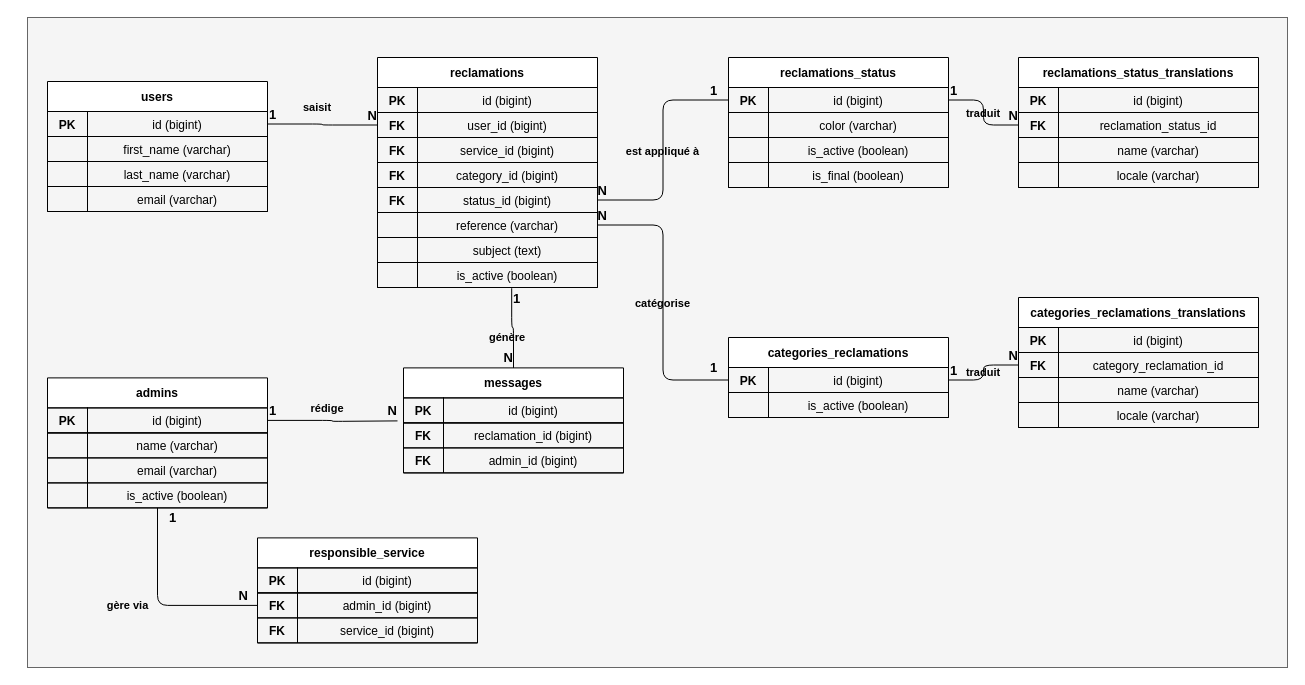
salmaelheni/pfe-salma-ingenieur-rapport keeps this draw.io diagram as diagramme/sprint4/classe.drawio. Above is the earlier version. Source tidied: cells renumbered, new cells numbered last; positions are measured from the earlier drawing's top-left corner, leaving out a move shared by most shapes. Both pictures are drawn from the tidied source at 100%, with x=0, y=0 at pixel (27, 17).
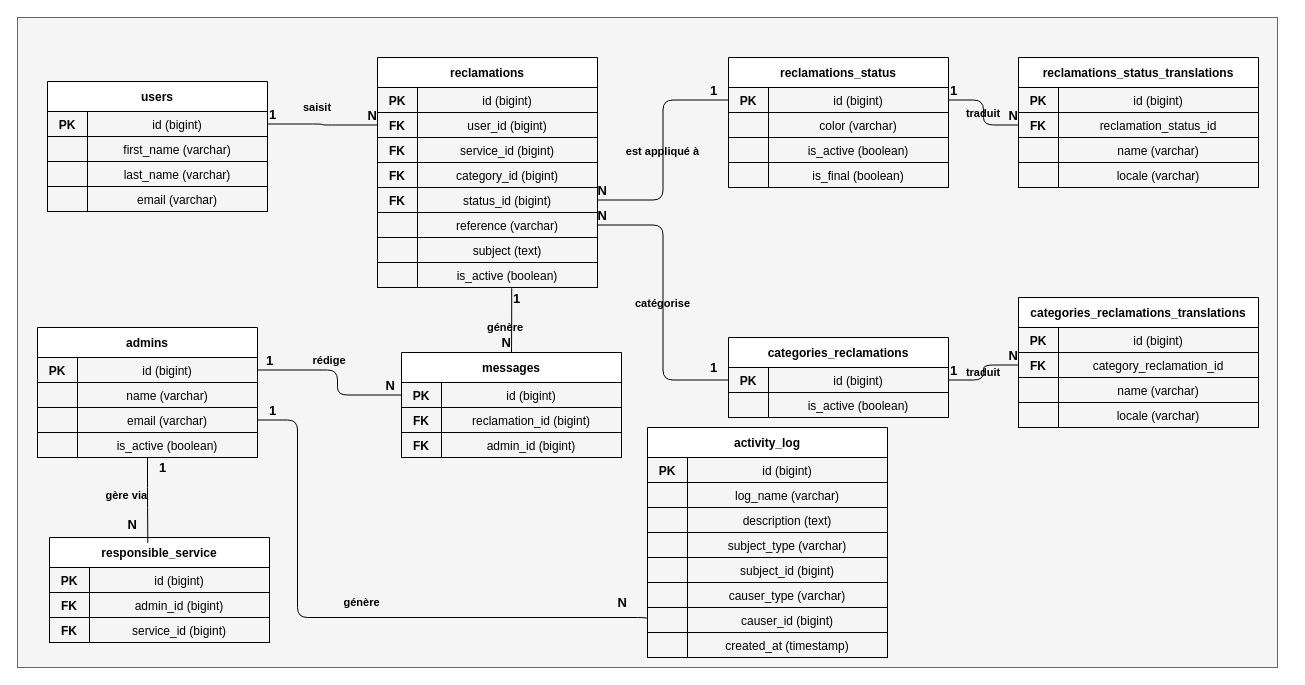
Above is the later version.

Unchanged cells that the change refers to:
```xml
<mxCell id="42" style="shape=tableRow;horizontal=0;startSize=0;swimlaneHead=0;swimlaneBody=0;fillColor=none;points=[[0,0.5],[1,0.5]];portConstraint=eastwest;top=0;left=0;right=0;bottom=1;labelBackgroundColor=none;" parent="41" vertex="1">
  <mxGeometry y="30" width="220" height="25" as="geometry" />
</mxCell>
<mxCell id="48" style="shape=tableRow;horizontal=0;startSize=0;swimlaneHead=0;swimlaneBody=0;fillColor=none;points=[[0,0.5],[1,0.5]];portConstraint=eastwest;top=0;left=0;right=0;bottom=0;labelBackgroundColor=none;" parent="41" vertex="1">
  <mxGeometry y="80" width="220" height="25" as="geometry" />
</mxCell>
<mxCell id="58" style="shape=tableRow;horizontal=0;startSize=0;swimlaneHead=0;swimlaneBody=0;fillColor=none;points=[[0,0.5],[1,0.5]];portConstraint=eastwest;top=0;left=0;right=0;bottom=0;labelBackgroundColor=none;" parent="54" vertex="1">
  <mxGeometry y="55" width="220" height="25" as="geometry" />
</mxCell>
<mxCell id="85" style="shape=tableRow;horizontal=0;startSize=0;swimlaneHead=0;swimlaneBody=0;fillColor=none;points=[[0,0.5],[1,0.5]];portConstraint=eastwest;top=0;left=0;right=0;bottom=1;labelBackgroundColor=none;" parent="84" vertex="1">
  <mxGeometry y="30" width="220" height="25" as="geometry" />
</mxCell>
```

Change to the diagram source:
```diff
@@
     <mxCell id="2" style="rounded=0;whiteSpace=wrap;html=1;fillColor=#f5f5f5;fontColor=#333333;strokeColor=#666666;" parent="1" vertex="1">
-      <mxGeometry width="1260" height="650" as="geometry" />
+      <mxGeometry x="-10" width="1260" height="650" as="geometry" />
     </mxCell>
@@
     <mxCell id="41" value="admins" style="shape=table;startSize=30;childLayout=tableLayout;rowLines=0;fontStyle=1;align=center;labelBackgroundColor=none;" parent="1" vertex="1">
-      <mxGeometry x="20" y="360.4" width="220" height="130" as="geometry" />
+      <mxGeometry x="10" y="310" width="220" height="130" as="geometry" />
     </mxCell>
@@
     <mxCell id="54" value="responsible_service" style="shape=table;startSize=30;childLayout=tableLayout;rowLines=0;fontStyle=1;align=center;labelBackgroundColor=none;" parent="1" vertex="1">
-      <mxGeometry x="230" y="520.4" width="220" height="105" as="geometry" />
+      <mxGeometry x="22" y="520" width="220" height="105" as="geometry" />
     </mxCell>
@@
     <mxCell id="84" value="messages" style="shape=table;startSize=30;childLayout=tableLayout;rowLines=0;fontStyle=1;align=center;labelBackgroundColor=none;" parent="1" vertex="1">
-      <mxGeometry x="376" y="350.4" width="220" height="105" as="geometry" />
+      <mxGeometry x="374" y="335" width="220" height="105" as="geometry" />
     </mxCell>
@@
-    <mxCell id="132" value="gère via" style="edgeStyle=orthogonalEdgeStyle;endArrow=none;startArrow=none;fontSize=11;fontStyle=1;exitX=0.5;exitY=1;exitDx=0;exitDy=0;labelBackgroundColor=none;fontColor=default;" parent="1" edge="1" source="41" target="58">
-      <mxGeometry x="-0.01" y="-30" relative="1" as="geometry">
-        <mxPoint x="-30" y="-30" as="offset" />
+    <mxCell id="132" value="gère via" style="edgeStyle=orthogonalEdgeStyle;endArrow=none;startArrow=none;fontSize=11;fontStyle=1;exitX=0.5;exitY=1;exitDx=0;exitDy=0;labelBackgroundColor=none;fontColor=default;entryX=0.447;entryY=0.051;entryDx=0;entryDy=0;entryPerimeter=0;" parent="1" edge="1" source="41" target="54">
+      <mxGeometry x="-0.07" y="-20" relative="1" as="geometry">
+        <mxPoint x="-1" y="-2" as="offset" />
       </mxGeometry>
     </mxCell>
@@
     <mxCell id="134" value="N" style="html=1;align=right;verticalAlign=bottom;labelBackgroundColor=none;fontSize=13;fontStyle=1;" parent="132" vertex="1">
       <mxGeometry x="1" relative="1" as="geometry">
-        <mxPoint x="-10" as="offset" />
+        <mxPoint x="-10" y="-9" as="offset" />
       </mxGeometry>
     </mxCell>
-    <mxCell id="135" value="rédige" style="edgeStyle=orthogonalEdgeStyle;endArrow=none;startArrow=none;fontSize=11;fontStyle=1;labelBackgroundColor=none;fontColor=default;" parent="1" edge="1" source="42">
-      <mxGeometry x="-0.08" y="12" relative="1" as="geometry">
-        <mxPoint x="370" y="403.4" as="targetPoint" />
+    <mxCell id="135" value="rédige" style="edgeStyle=orthogonalEdgeStyle;endArrow=none;startArrow=none;fontSize=11;fontStyle=1;labelBackgroundColor=none;fontColor=default;entryX=0;entryY=0.5;entryDx=0;entryDy=0;" parent="1" edge="1" source="42" target="85">
+      <mxGeometry x="-0.15" y="8" relative="1" as="geometry">
+        <Array as="points">
+          <mxPoint x="310" y="352" />
+          <mxPoint x="310" y="377" />
+        </Array>
+        <mxPoint y="-2" as="offset" />
       </mxGeometry>
     </mxCell>
     <mxCell id="136" value="1" style="html=1;align=left;verticalAlign=bottom;labelBackgroundColor=none;fontSize=13;fontStyle=1;" parent="135" vertex="1">
-      <mxGeometry x="-1" relative="1" as="geometry" />
+      <mxGeometry x="-1" relative="1" as="geometry">
+        <mxPoint x="7" as="offset" />
+      </mxGeometry>
     </mxCell>
     <mxCell id="137" value="N" style="html=1;align=right;verticalAlign=bottom;labelBackgroundColor=none;fontSize=13;fontStyle=1;" parent="135" vertex="1">
-      <mxGeometry x="1" relative="1" as="geometry" />
+      <mxGeometry x="1" relative="1" as="geometry">
+        <mxPoint x="-6" as="offset" />
+      </mxGeometry>
     </mxCell>
@@
+    <mxCell id="144" value="activity_log" style="shape=table;startSize=30;childLayout=tableLayout;rowLines=0;fontStyle=1;align=center;labelBackgroundColor=none;" parent="1" vertex="1">
+      <mxGeometry x="620" y="410" width="240" height="230" as="geometry" />
+    </mxCell>
+    <mxCell id="145" style="shape=tableRow;horizontal=0;startSize=0;swimlaneHead=0;swimlaneBody=0;fillColor=none;top=0;left=0;right=0;bottom=1;labelBackgroundColor=none;" parent="144" vertex="1">
+      <mxGeometry y="30" width="240" height="25" as="geometry" />
+    </mxCell>
+    <mxCell id="146" value="PK" style="shape=partialRectangle;fillColor=none;fontStyle=1;overflow=hidden;labelBackgroundColor=none;" parent="145" vertex="1">
+      <mxGeometry width="40" height="25" as="geometry" />
+    </mxCell>
+    <mxCell id="147" value="id (bigint)" style="shape=partialRectangle;fillColor=none;overflow=hidden;labelBackgroundColor=none;" parent="145" vertex="1">
+      <mxGeometry x="40" width="200" height="25" as="geometry" />
+    </mxCell>
+    <mxCell id="148" style="shape=tableRow;horizontal=0;startSize=0;swimlaneHead=0;swimlaneBody=0;fillColor=none;top=0;left=0;right=0;bottom=0;labelBackgroundColor=none;" parent="144" vertex="1">
+      <mxGeometry y="55" width="240" height="25" as="geometry" />
+    </mxCell>
+    <mxCell id="149" style="shape=partialRectangle;fillColor=none;overflow=hidden;labelBackgroundColor=none;" parent="148" vertex="1">
+      <mxGeometry width="40" height="25" as="geometry" />
+    </mxCell>
+    <mxCell id="150" value="log_name (varchar)" style="shape=partialRectangle;fillColor=none;overflow=hidden;labelBackgroundColor=none;" parent="148" vertex="1">
+      <mxGeometry x="40" width="200" height="25" as="geometry" />
+    </mxCell>
+    <mxCell id="151" style="shape=tableRow;horizontal=0;startSize=0;swimlaneHead=0;swimlaneBody=0;fillColor=none;top=0;left=0;right=0;bottom=0;labelBackgroundColor=none;" parent="144" vertex="1">
+      <mxGeometry y="80" width="240" height="25" as="geometry" />
+    </mxCell>
+    <mxCell id="152" style="shape=partialRectangle;fillColor=none;overflow=hidden;labelBackgroundColor=none;" parent="151" vertex="1">
+      <mxGeometry width="40" height="25" as="geometry" />
+    </mxCell>
+    <mxCell id="153" value="description (text)" style="shape=partialRectangle;fillColor=none;overflow=hidden;labelBackgroundColor=none;" parent="151" vertex="1">
+      <mxGeometry x="40" width="200" height="25" as="geometry" />
+    </mxCell>
+    <mxCell id="154" style="shape=tableRow;horizontal=0;startSize=0;swimlaneHead=0;swimlaneBody=0;fillColor=none;top=0;left=0;right=0;bottom=0;labelBackgroundColor=none;" parent="144" vertex="1">
+      <mxGeometry y="105" width="240" height="25" as="geometry" />
+    </mxCell>
+    <mxCell id="155" style="shape=partialRectangle;fillColor=none;overflow=hidden;labelBackgroundColor=none;" parent="154" vertex="1">
+      <mxGeometry width="40" height="25" as="geometry" />
+    </mxCell>
+    <mxCell id="156" value="subject_type (varchar)" style="shape=partialRectangle;fillColor=none;overflow=hidden;labelBackgroundColor=none;" parent="154" vertex="1">
+      <mxGeometry x="40" width="200" height="25" as="geometry" />
+    </mxCell>
+    <mxCell id="157" style="shape=tableRow;horizontal=0;startSize=0;swimlaneHead=0;swimlaneBody=0;fillColor=none;top=0;left=0;right=0;bottom=0;labelBackgroundColor=none;" parent="144" vertex="1">
+      <mxGeometry y="130" width="240" height="25" as="geometry" />
+    </mxCell>
+    <mxCell id="158" style="shape=partialRectangle;fillColor=none;overflow=hidden;labelBackgroundColor=none;" parent="157" vertex="1">
+      <mxGeometry width="40" height="25" as="geometry" />
+    </mxCell>
+    <mxCell id="159" value="subject_id (bigint)" style="shape=partialRectangle;fillColor=none;overflow=hidden;labelBackgroundColor=none;" parent="157" vertex="1">
+      <mxGeometry x="40" width="200" height="25" as="geometry" />
+    </mxCell>
+    <mxCell id="160" style="shape=tableRow;horizontal=0;startSize=0;swimlaneHead=0;swimlaneBody=0;fillColor=none;top=0;left=0;right=0;bottom=0;labelBackgroundColor=none;" parent="144" vertex="1">
+      <mxGeometry y="155" width="240" height="25" as="geometry" />
+    </mxCell>
+    <mxCell id="161" style="shape=partialRectangle;fillColor=none;overflow=hidden;labelBackgroundColor=none;" parent="160" vertex="1">
+      <mxGeometry width="40" height="25" as="geometry" />
+    </mxCell>
+    <mxCell id="162" value="causer_type (varchar)" style="shape=partialRectangle;fillColor=none;overflow=hidden;labelBackgroundColor=none;" parent="160" vertex="1">
+      <mxGeometry x="40" width="200" height="25" as="geometry" />
+    </mxCell>
+    <mxCell id="163" style="shape=tableRow;horizontal=0;startSize=0;swimlaneHead=0;swimlaneBody=0;fillColor=none;points=[[0,0.5],[1,0.5]];portConstraint=eastwest;top=0;left=0;right=0;bottom=0;labelBackgroundColor=none;" parent="144" vertex="1">
+      <mxGeometry y="180" width="240" height="25" as="geometry" />
+    </mxCell>
+    <mxCell id="164" style="shape=partialRectangle;fillColor=none;overflow=hidden;labelBackgroundColor=none;" parent="163" vertex="1">
+      <mxGeometry width="40" height="25" as="geometry" />
+    </mxCell>
+    <mxCell id="165" value="causer_id (bigint)" style="shape=partialRectangle;fillColor=none;overflow=hidden;labelBackgroundColor=none;" parent="163" vertex="1">
+      <mxGeometry x="40" width="200" height="25" as="geometry" />
+    </mxCell>
+    <mxCell id="166" style="shape=tableRow;horizontal=0;startSize=0;swimlaneHead=0;swimlaneBody=0;fillColor=none;top=0;left=0;right=0;bottom=0;labelBackgroundColor=none;" parent="144" vertex="1">
+      <mxGeometry y="205" width="240" height="25" as="geometry" />
+    </mxCell>
+    <mxCell id="167" style="shape=partialRectangle;fillColor=none;overflow=hidden;labelBackgroundColor=none;" parent="166" vertex="1">
+      <mxGeometry width="40" height="25" as="geometry" />
+    </mxCell>
+    <mxCell id="168" value="created_at (timestamp)" style="shape=partialRectangle;fillColor=none;overflow=hidden;labelBackgroundColor=none;" parent="166" vertex="1">
+      <mxGeometry x="40" width="200" height="25" as="geometry" />
+    </mxCell>
+    <mxCell id="169" value="génère" style="edgeStyle=orthogonalEdgeStyle;endArrow=none;startArrow=none;fontSize=11;fontStyle=1;html=1;labelBackgroundColor=none;fontColor=default;exitX=1;exitY=0.5;exitDx=0;exitDy=0;entryX=0;entryY=0.5;entryDx=0;entryDy=0;" parent="1" edge="1" source="48" target="163">
+      <mxGeometry x="0.02" y="15" relative="1" as="geometry">
+        <Array as="points">
+          <mxPoint x="270" y="402" />
+          <mxPoint x="270" y="600" />
+          <mxPoint x="620" y="600" />
+        </Array>
+      </mxGeometry>
+    </mxCell>
+    <mxCell id="170" value="1" style="html=1;align=left;verticalAlign=bottom;labelBackgroundColor=none;fontSize=13;fontStyle=1;" parent="169" vertex="1">
+      <mxGeometry x="-1" relative="1" as="geometry">
+        <mxPoint x="10" as="offset" />
+      </mxGeometry>
+    </mxCell>
+    <mxCell id="171" value="N" style="html=1;align=right;verticalAlign=bottom;labelBackgroundColor=none;fontSize=13;fontStyle=1;" parent="169" vertex="1">
+      <mxGeometry x="1" relative="1" as="geometry">
+        <mxPoint x="-20" y="-8" as="offset" />
+      </mxGeometry>
+    </mxCell>
```
